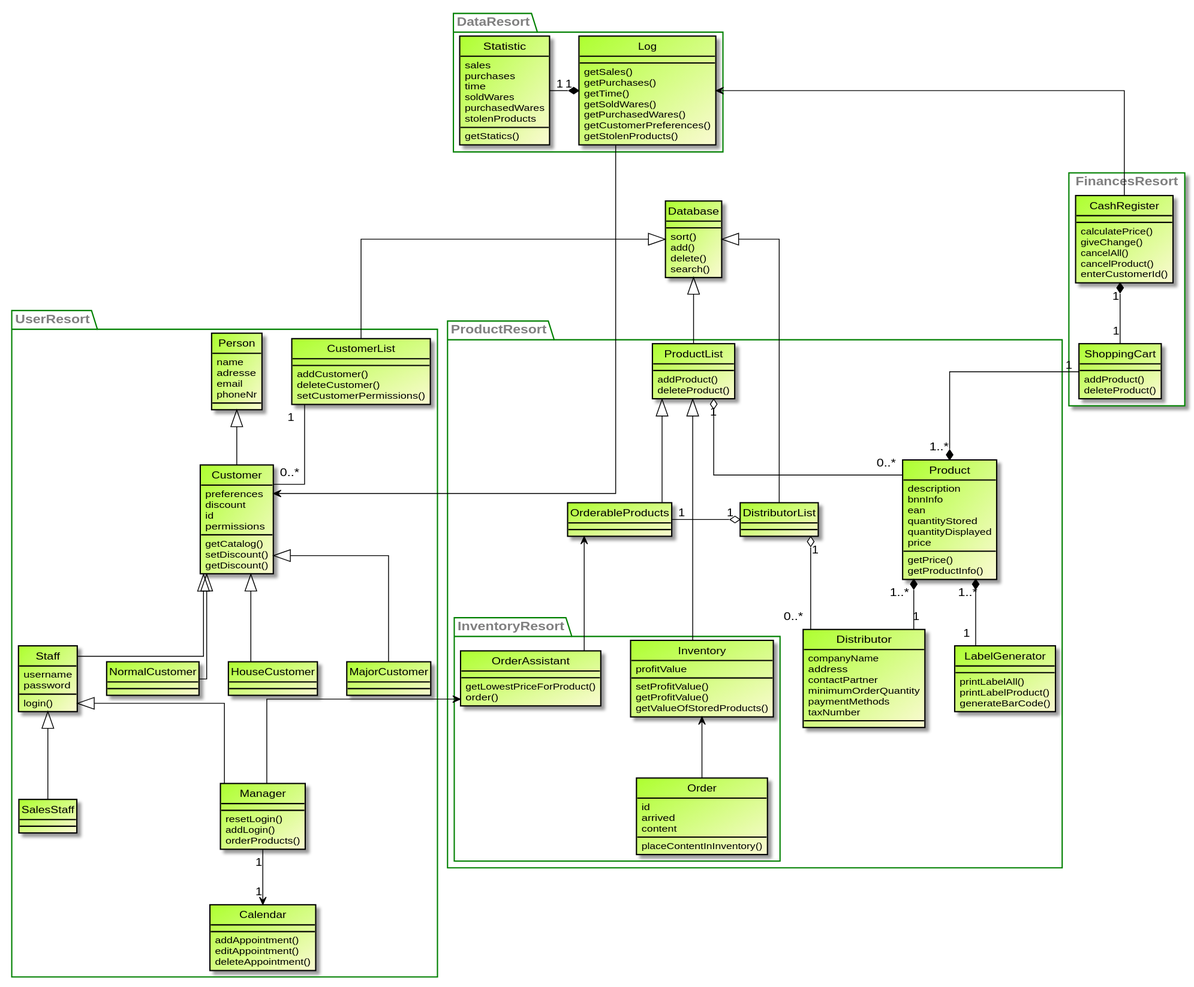
This is src/main/asciidoc/models/analysis/ClassAnalysisDiagram.svg from LimitlessGreen/swt18w43, a PlantUML export, as it was before one commit.
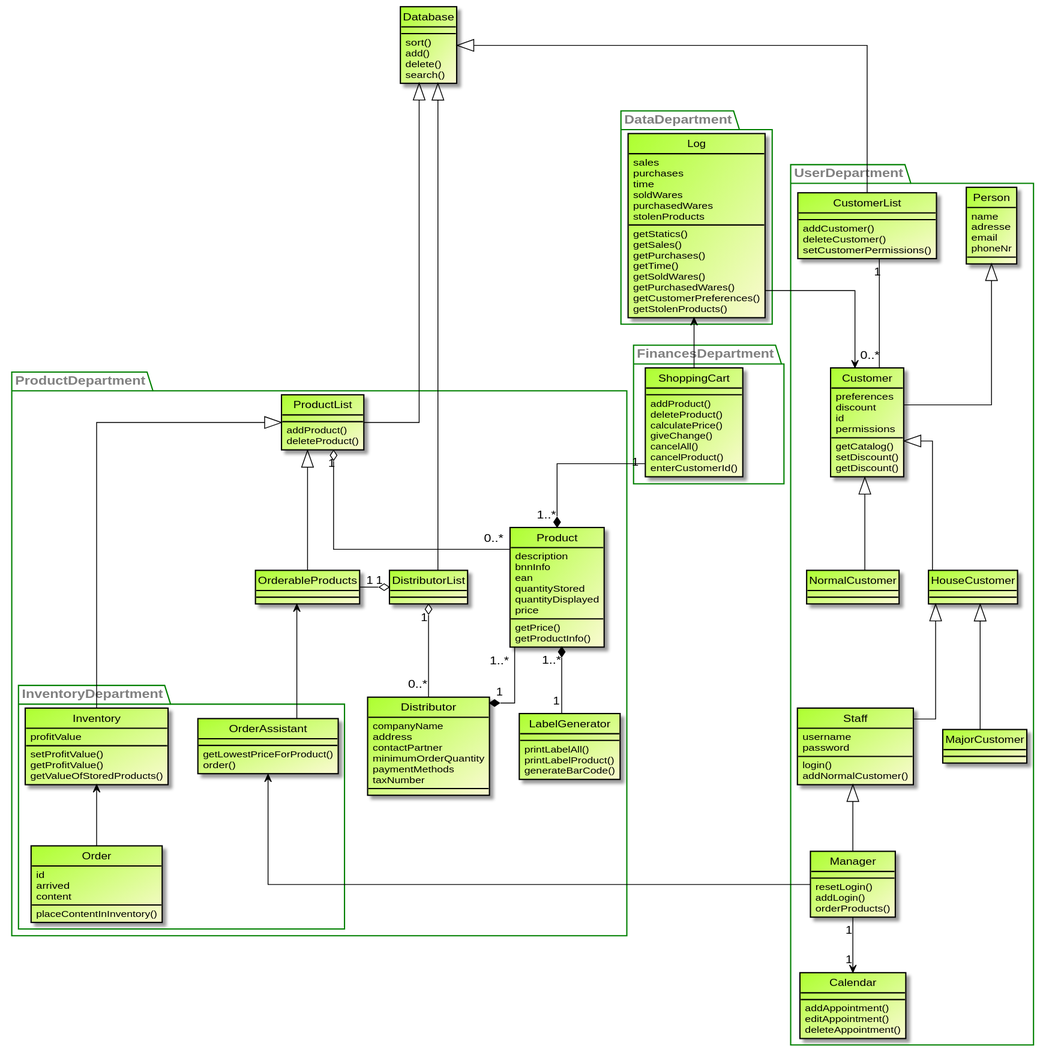
After the change.

Commit message:
[improved] ClassAnalysisDiagram and CRC Cards

The edit, as a diff of the source:
```diff
@@ -21,7 +21,7 @@
     search()
 }
 
-package UserResort {
+package UserDepartment {
 
 class CustomerList{
     addCustomer()
@@ -58,12 +58,12 @@
 
 
 Staff ^-- Manager
-Staff ^-- SalesStaff
+
 
 Customer ^-- NormalCustomer
 Customer ^-- HouseCustomer
-Customer ^-- MajorCustomer
-Customer ^-- Staff
+HouseCustomer ^-- MajorCustomer
+HouseCustomer ^-- Staff
 
 
 class Staff{
@@ -71,6 +71,7 @@
     password
 
     login()
+    addNormalCustomer()
 }
 
 Manager "1" --> "1" Calendar
@@ -78,13 +79,6 @@
 Database ^-- CustomerList
 
 }
-
-
-
-
-
-
-
 
 
 class Calendar{
@@ -99,7 +93,7 @@
 
 
 
-package ProductResort{
+package ProductDepartment{
     class Product{
         description
         bnnInfo
@@ -154,9 +148,9 @@
     Product "1..*" *-- "1" LabelGenerator
     ProductList ^-- OrderableProducts
 
-    Product "1..*" *-- "1" Distributor
+    Product "1..*" --* "1" Distributor
 
-    package InventoryResort{
+    package InventoryDepartment{
 
         class Order{
             id
@@ -188,9 +182,10 @@
 
 }
 
-package DataResort {
+package DataDepartment {
 
-    class Statistic{
+
+    class Log{
         sales
         purchases
         time
@@ -199,9 +194,6 @@
         stolenProducts
 
         getStatics()
-    }
-
-    class Log{
         getSales()
         getPurchases()
         getTime()
@@ -211,35 +203,27 @@
         getStolenProducts()
     }
 
-    Log "1" *-left- "1" Statistic
-
 
     Log -right-> Customer
 
 
 }
 
-rectangle FinancesResort {
-    class CashRegister{
+package FinancesDepartment {
+
+
+    class ShoppingCart{
+        addProduct()
+        deleteProduct()
         calculatePrice()
         giveChange()
         cancelAll()
         cancelProduct()
         enterCustomerId()
-
     }
 
+    Log <-- ShoppingCart
 
-
-
-    class ShoppingCart{
-        addProduct()
-        deleteProduct()
-    }
-
-    Log <-- CashRegister
-
-    CashRegister "1" *-down- "1" ShoppingCart
     ShoppingCart "1" --* "1..*" Product
 
 
```
